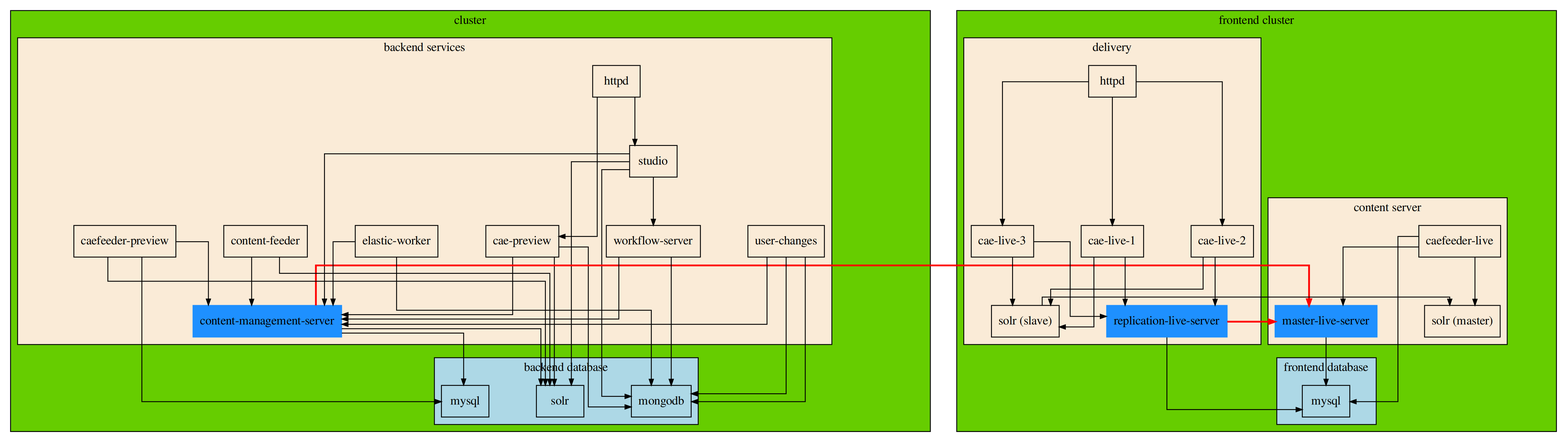
This is setup.png from bodsch/coremedia-environment, a Graphviz export, as it was before one commit. Its source is kept beside it as setup.dot.
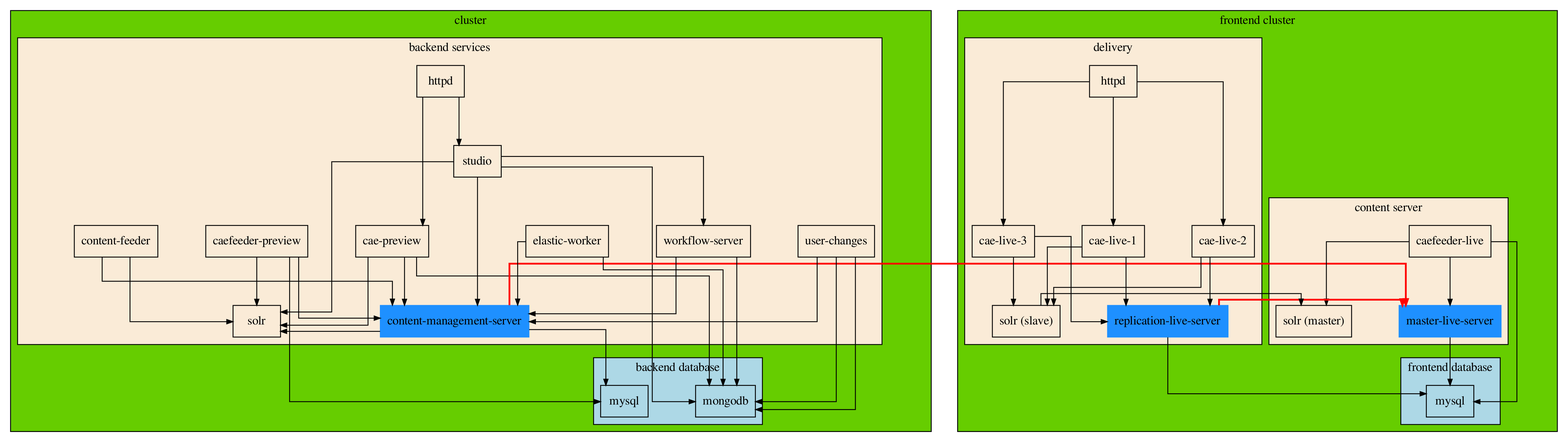
The same file after the commit.

Commit message:
fix setup grafik

Diff of the diagram source:
```diff
@@ -29,7 +29,6 @@
 
       mysql_be        [ label = "mysql" ]
       mongodb         [ label = "mongodb" ]
-      solr_be         [ label = "solr" ]
     }
 
     subgraph cluster_backend_server {
@@ -46,6 +45,7 @@
       elastic_worker  [ label = "elastic-worker" ]
       feeder_preview  [ label = "caefeeder-preview" ]
       workflow_server [ label = "workflow-server" ]
+      solr_be         [ label = "solr" ]
 
       httpd_be        -> cae_preview
       httpd_be        -> studio
@@ -140,8 +140,8 @@
   }
 
 
-  { rank = same; mysql_be; mongodb; solr_be }
-  { rank = same; cms; mls; rls; }
+  { rank = same; mysql_be; mongodb }
+  { rank = same; cms; mls; rls; solr_be; }
   { rank = same; httpd_fe; httpd_be; }
   { rank = same; solr_fe; solr_fe_slave; }
   { rank = same; cae_preview; cae1; cae2; cae3; }
```
